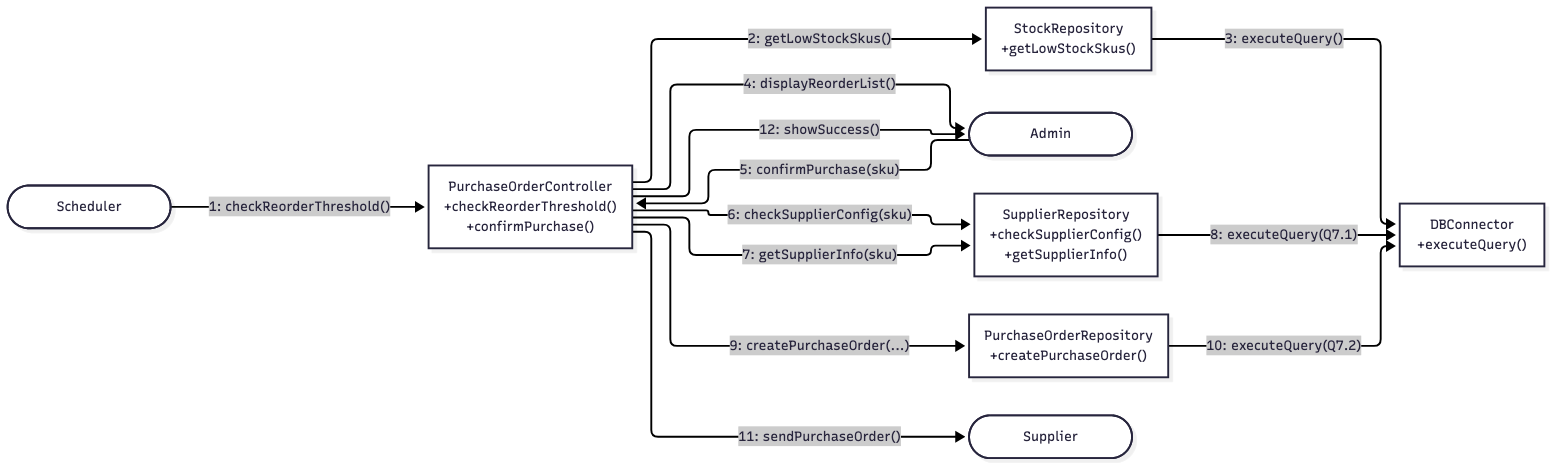
This is 03-chapter2-use-case-descriptions/diagrams/png/6A-collaboration.png from xbpkdi/321-sa-proj, a Mermaid export, as it was before one commit. Its source is kept beside it as 03-chapter2-use-case-descriptions/diagrams/mmd/6A-collaboration.mmd. Its diagram source:
```mermaid
%%{init: {'flowchart': {'nodeSpacing': 50, 'rankSpacing': 90, 'curve': 'linear'}}}%%
graph LR
    Admin(["Admin"])
    Sched(["Scheduler"])
    POC["PurchaseOrderController<br/>+checkReorderThreshold()<br/>+confirmPurchase()"]
    StockRepo["StockRepository<br/>+getLowStockSkus()"]
    SupRepo["SupplierRepository<br/>+checkSupplierConfig()<br/>+getSupplierInfo()"]
    PORepo["PurchaseOrderRepository<br/>+createPurchaseOrder()"]
    DB["DBConnector<br/>+executeQuery()"]
    Sup(["Supplier"])

    Sched -->|"1: checkReorderThreshold()"| POC
    POC -->|"2: getLowStockSkus()"| StockRepo
    StockRepo -->|"3: executeQuery()"| DB
    POC -->|"4: displayReorderList()"| Admin
    Admin -->|"5: confirmPurchase(sku)"| POC
    POC -->|"6: checkSupplierConfig(sku)"| SupRepo
    POC -->|"7: getSupplierInfo(sku)"| SupRepo
    SupRepo -->|"8: executeQuery(Q7.1)"| DB
    POC -->|"9: createPurchaseOrder(...)"| PORepo
    PORepo -->|"10: executeQuery(Q7.2)"| DB
    POC -->|"11: sendPurchaseOrder()"| Sup
    POC -->|"12: showSuccess()"| Admin
```
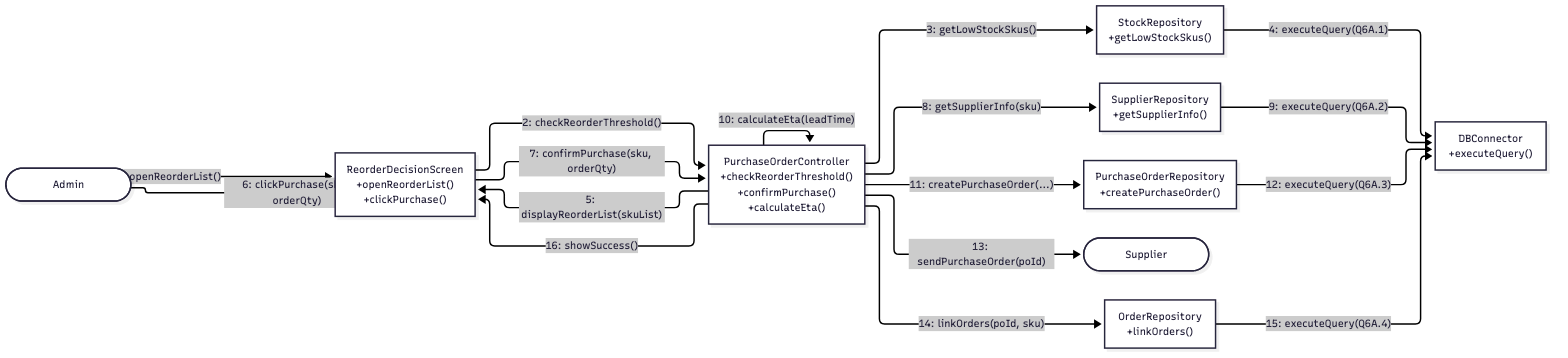
The same diagram one commit later.

Diff of the diagram source:
```diff
@@ -1,23 +1,28 @@
 %%{init: {'flowchart': {'nodeSpacing': 50, 'rankSpacing': 90, 'curve': 'linear'}}}%%
 graph LR
     Admin(["Admin"])
-    Sched(["Scheduler"])
-    POC["PurchaseOrderController<br/>+checkReorderThreshold()<br/>+confirmPurchase()"]
+    Screen["ReorderDecisionScreen<br/>+openReorderList()<br/>+clickPurchase()"]
+    POC["PurchaseOrderController<br/>+checkReorderThreshold()<br/>+confirmPurchase()<br/>+calculateEta()"]
     StockRepo["StockRepository<br/>+getLowStockSkus()"]
-    SupRepo["SupplierRepository<br/>+checkSupplierConfig()<br/>+getSupplierInfo()"]
+    SupRepo["SupplierRepository<br/>+getSupplierInfo()"]
     PORepo["PurchaseOrderRepository<br/>+createPurchaseOrder()"]
+    OrderRepo["OrderRepository<br/>+linkOrders()"]
     DB["DBConnector<br/>+executeQuery()"]
     Sup(["Supplier"])
 
-    Sched -->|"1: checkReorderThreshold()"| POC
-    POC -->|"2: getLowStockSkus()"| StockRepo
-    StockRepo -->|"3: executeQuery()"| DB
-    POC -->|"4: displayReorderList()"| Admin
-    Admin -->|"5: confirmPurchase(sku)"| POC
-    POC -->|"6: checkSupplierConfig(sku)"| SupRepo
-    POC -->|"7: getSupplierInfo(sku)"| SupRepo
-    SupRepo -->|"8: executeQuery(Q7.1)"| DB
-    POC -->|"9: createPurchaseOrder(...)"| PORepo
-    PORepo -->|"10: executeQuery(Q7.2)"| DB
-    POC -->|"11: sendPurchaseOrder()"| Sup
-    POC -->|"12: showSuccess()"| Admin
+    Admin -->|"1: openReorderList()"| Screen
+    Screen -->|"2: checkReorderThreshold()"| POC
+    POC -->|"3: getLowStockSkus()"| StockRepo
+    StockRepo -->|"4: executeQuery(Q6A.1)"| DB
+    POC -->|"5: displayReorderList(skuList)"| Screen
+    Admin -->|"6: clickPurchase(sku, orderQty)"| Screen
+    Screen -->|"7: confirmPurchase(sku, orderQty)"| POC
+    POC -->|"8: getSupplierInfo(sku)"| SupRepo
+    SupRepo -->|"9: executeQuery(Q6A.2)"| DB
+    POC -->|"10: calculateEta(leadTime)"| POC
+    POC -->|"11: createPurchaseOrder(...)"| PORepo
+    PORepo -->|"12: executeQuery(Q6A.3)"| DB
+    POC -->|"13: sendPurchaseOrder(poId)"| Sup
+    POC -->|"14: linkOrders(poId, sku)"| OrderRepo
+    OrderRepo -->|"15: executeQuery(Q6A.4)"| DB
+    POC -->|"16: showSuccess()"| Screen
```
